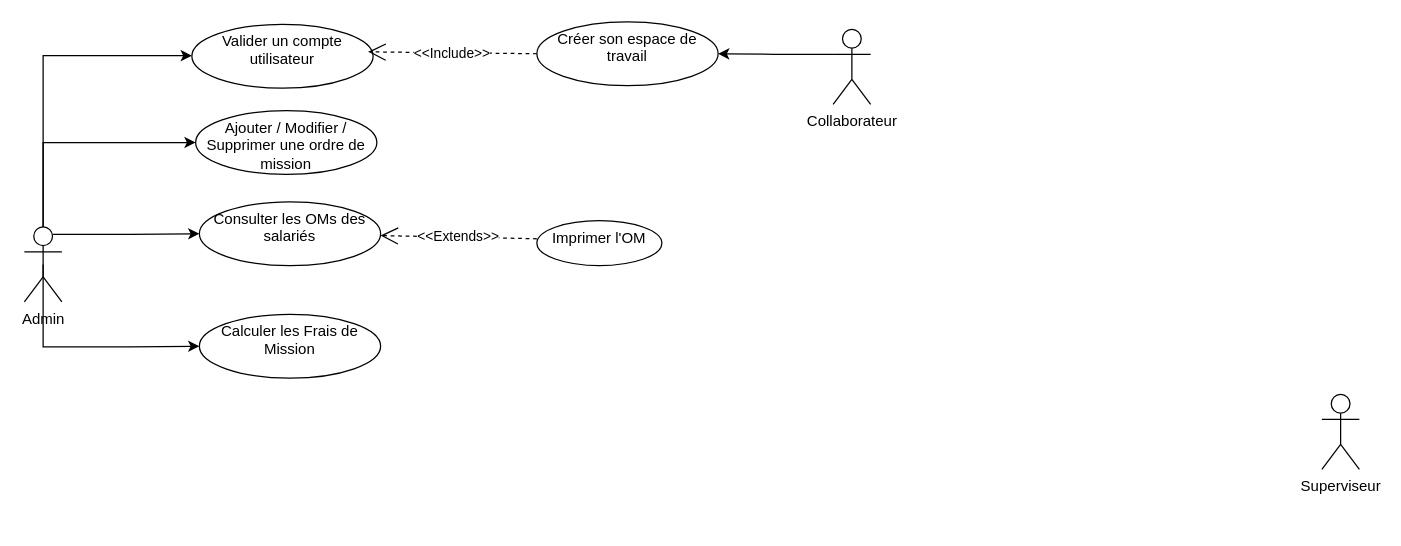
BARIGOU-Imane/Gestion-des-Ordres-de-Mission keeps this draw.io diagram as useCaseApp.drawio. Above is the earlier version. Source tidied: cells renumbered, new cells numbered last; positions are measured from the earlier drawing's top-left corner, leaving out a move shared by most shapes. Both pictures are drawn from the tidied source at 125%, with x=0, y=0 at pixel (24, 21).
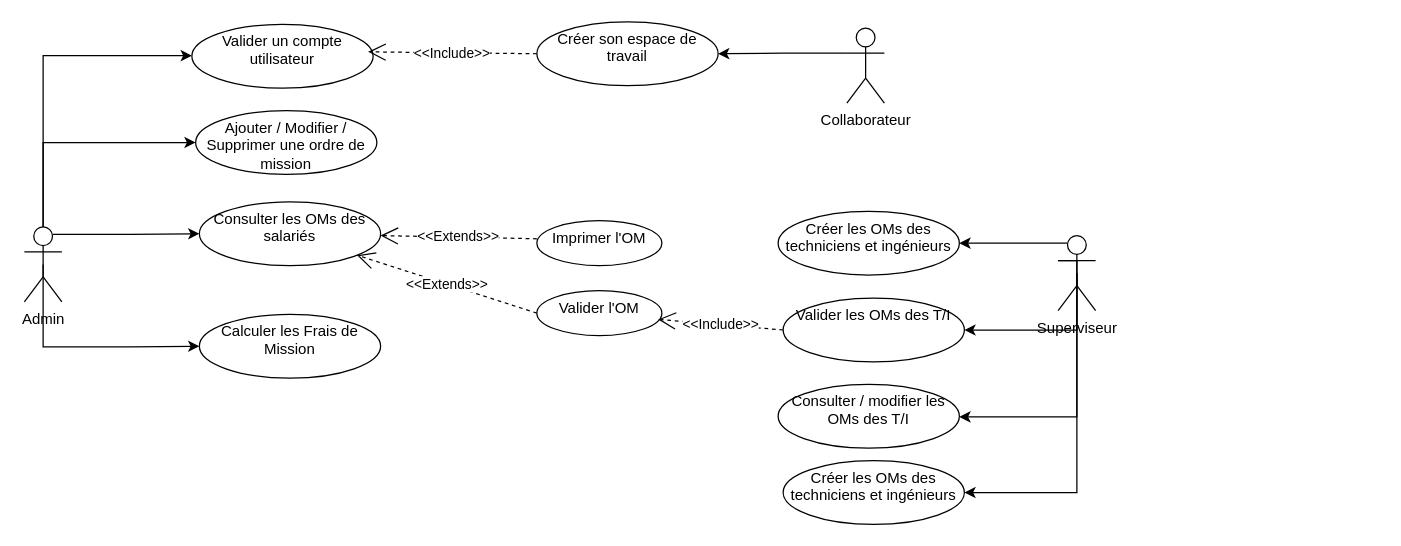
The same diagram, later.

Unchanged cells that the change refers to:
```xml
<mxCell id="12" value="&lt;div&gt;Consulter les OMs des salariés&lt;/div&gt;" style="ellipse;whiteSpace=wrap;html=1;verticalAlign=top;" parent="1" vertex="1">
  <mxGeometry x="140" y="144" width="145" height="51" as="geometry" />
</mxCell>
```

What changed in the source:
```diff
@@
     <mxCell id="4" value="Collaborateur&lt;div&gt;&lt;br&gt;&lt;/div&gt;" style="shape=umlActor;verticalLabelPosition=bottom;verticalAlign=top;html=1;outlineConnect=0;" parent="1" vertex="1">
-      <mxGeometry x="647" y="6" width="30" height="60" as="geometry" />
+      <mxGeometry x="658" y="5" width="30" height="60" as="geometry" />
     </mxCell>
@@
+    <mxCell id="18" style="edgeStyle=orthogonalEdgeStyle;rounded=0;jettySize=auto;html=1;exitX=0.25;exitY=0.1;exitDx=0;exitDy=0;exitPerimeter=0;" parent="1" edge="1" source="10">
+      <mxGeometry relative="1" as="geometry">
+        <mxPoint x="748" y="177" as="targetPoint" />
+      </mxGeometry>
+    </mxCell>
+    <mxCell id="19" style="edgeStyle=orthogonalEdgeStyle;rounded=0;jettySize=auto;html=1;exitX=0;exitY=0.3333333333333333;exitDx=0;exitDy=0;exitPerimeter=0;" parent="1" edge="1" source="10" target="23">
+      <mxGeometry relative="1" as="geometry">
+        <Array as="points">
+          <mxPoint x="842" y="191" />
+          <mxPoint x="842" y="316" />
+        </Array>
+      </mxGeometry>
+    </mxCell>
+    <mxCell id="20" style="edgeStyle=orthogonalEdgeStyle;rounded=0;jettySize=auto;html=1;exitX=0.5;exitY=0.5;exitDx=0;exitDy=0;exitPerimeter=0;entryX=1;entryY=0.5;entryDx=0;entryDy=0;" parent="1" edge="1" source="10" target="24">
+      <mxGeometry relative="1" as="geometry">
+        <Array as="points">
+          <mxPoint x="842" y="377" />
+        </Array>
+      </mxGeometry>
+    </mxCell>
+    <mxCell id="21" style="edgeStyle=orthogonalEdgeStyle;rounded=0;jettySize=auto;html=1;exitX=0.5;exitY=0.5;exitDx=0;exitDy=0;exitPerimeter=0;entryX=1;entryY=0.5;entryDx=0;entryDy=0;" parent="1" edge="1" source="10" target="27">
+      <mxGeometry relative="1" as="geometry">
+        <Array as="points">
+          <mxPoint x="842" y="247" />
+        </Array>
+      </mxGeometry>
+    </mxCell>
     <mxCell id="10" value="Superviseur&lt;div&gt;&lt;br&gt;&lt;/div&gt;" style="shape=umlActor;verticalLabelPosition=bottom;verticalAlign=top;html=1;outlineConnect=0;" parent="1" vertex="1">
-      <mxGeometry x="1038" y="298" width="30" height="60" as="geometry" />
+      <mxGeometry x="827" y="171" width="30" height="60" as="geometry" />
     </mxCell>
@@
+    <mxCell id="22" value="Créer les OMs des techniciens et ingénieurs&lt;div&gt;&lt;br&gt;&lt;/div&gt;" style="ellipse;whiteSpace=wrap;html=1;verticalAlign=top;" parent="1" vertex="1">
+      <mxGeometry x="603" y="151.5" width="145" height="51" as="geometry" />
+    </mxCell>
+    <mxCell id="23" value="&lt;div&gt;Consulter / modifier les OMs des T/I&lt;/div&gt;" style="ellipse;whiteSpace=wrap;html=1;verticalAlign=top;" parent="1" vertex="1">
+      <mxGeometry x="603" y="290" width="145" height="51" as="geometry" />
+    </mxCell>
+    <mxCell id="24" value="Créer les OMs des techniciens et ingénieurs&lt;div&gt;&lt;br&gt;&lt;/div&gt;" style="ellipse;whiteSpace=wrap;html=1;verticalAlign=top;" parent="1" vertex="1">
+      <mxGeometry x="607" y="351" width="145" height="51" as="geometry" />
+    </mxCell>
+    <mxCell id="25" value="Valider l'OM" style="ellipse;whiteSpace=wrap;html=1;verticalAlign=top;" parent="1" vertex="1">
+      <mxGeometry x="410" y="215" width="100" height="36" as="geometry" />
+    </mxCell>
+    <mxCell id="26" value="&amp;lt;&amp;lt;Extends&amp;gt;&amp;gt;" style="endArrow=open;endSize=12;dashed=1;html=1;rounded=0;exitX=0;exitY=0.5;exitDx=0;exitDy=0;" parent="1" edge="1" source="25" target="12">
+      <mxGeometry relative="1" as="geometry" />
+    </mxCell>
+    <mxCell id="27" value="&lt;div&gt;Valider les OMs des T/I&lt;br&gt;&lt;/div&gt;" style="ellipse;whiteSpace=wrap;html=1;verticalAlign=top;" parent="1" vertex="1">
+      <mxGeometry x="607" y="221" width="145" height="51" as="geometry" />
+    </mxCell>
+    <mxCell id="28" value="&amp;lt;&amp;lt;Include&amp;gt;&amp;gt;" style="endArrow=open;endSize=12;dashed=1;html=1;rounded=0;exitX=0;exitY=0.5;exitDx=0;exitDy=0;entryX=0.97;entryY=0.639;entryDx=0;entryDy=0;entryPerimeter=0;" parent="1" edge="1" source="27" target="25">
+      <mxGeometry relative="1" as="geometry" />
+    </mxCell>
```
